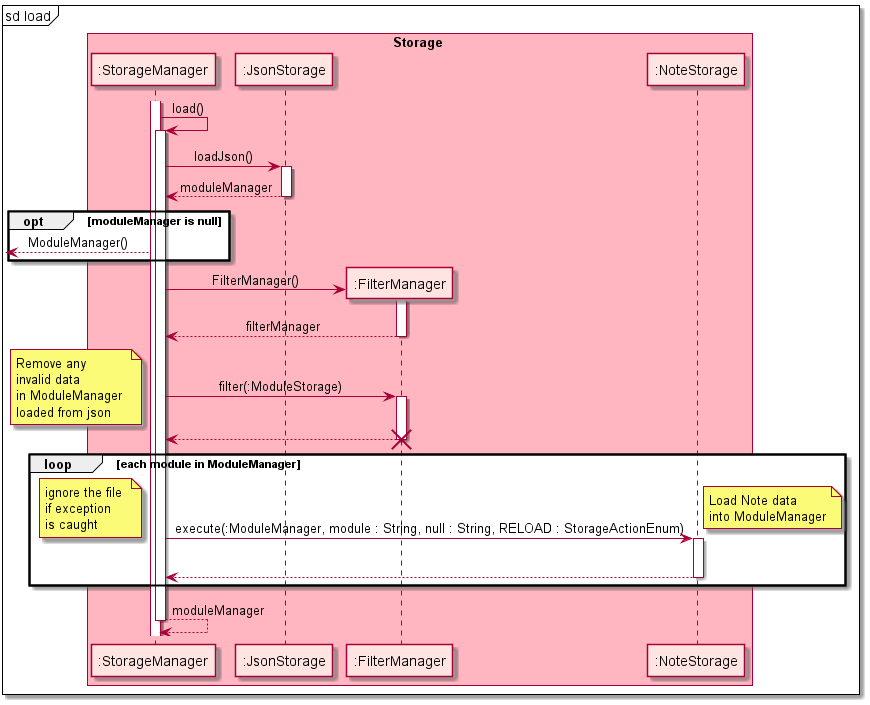
The PlantUML diagram docs/attachments/StorageLoadSequenceDiagram_part2.png in nus-cs2113-AY2122S1/tp, before a commit.
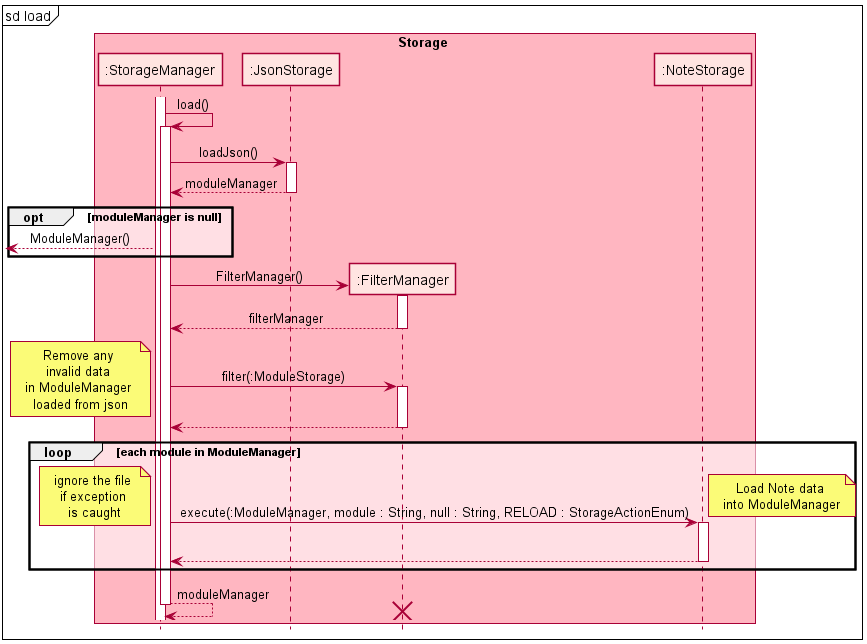
Above is the later version.

Change to the diagram source:
```diff
@@ -1,14 +1,14 @@
 @startuml
 
-skinparam sequenceMessageAlign center
+!include ../SequenceStyle.puml
 
 mainframe sd load
 
-box Storage #lightpink
-participant ":StorageManager" as StorageManager #mistyrose
-participant ":JsonStorage" as JsonStorage #mistyrose
-participant ":FilterManager" as FilterManager #mistyrose
-participant ":NoteStorage" as NoteStorage #mistyrose
+box Storage STORAGE_BOX_COLOR
+participant ":StorageManager" as StorageManager STORAGE_COLOR
+participant ":JsonStorage" as JsonStorage STORAGE_COLOR
+participant ":FilterManager" as FilterManager STORAGE_COLOR
+participant ":NoteStorage" as NoteStorage STORAGE_COLOR
 endbox
 
 activate StorageManager
@@ -28,7 +28,6 @@
 note left : Remove any \ninvalid data \nin ModuleManager \nloaded from json
 activate FilterManager
 return
-destroy FilterManager
 loop each module in ModuleManager
   StorageManager -> NoteStorage : execute(:ModuleManager, module : String, null : String, RELOAD : StorageActionEnum)
   activate NoteStorage
@@ -38,6 +37,7 @@
   return
 end
 return moduleManager
+destroy FilterManager
 
 
 
```
